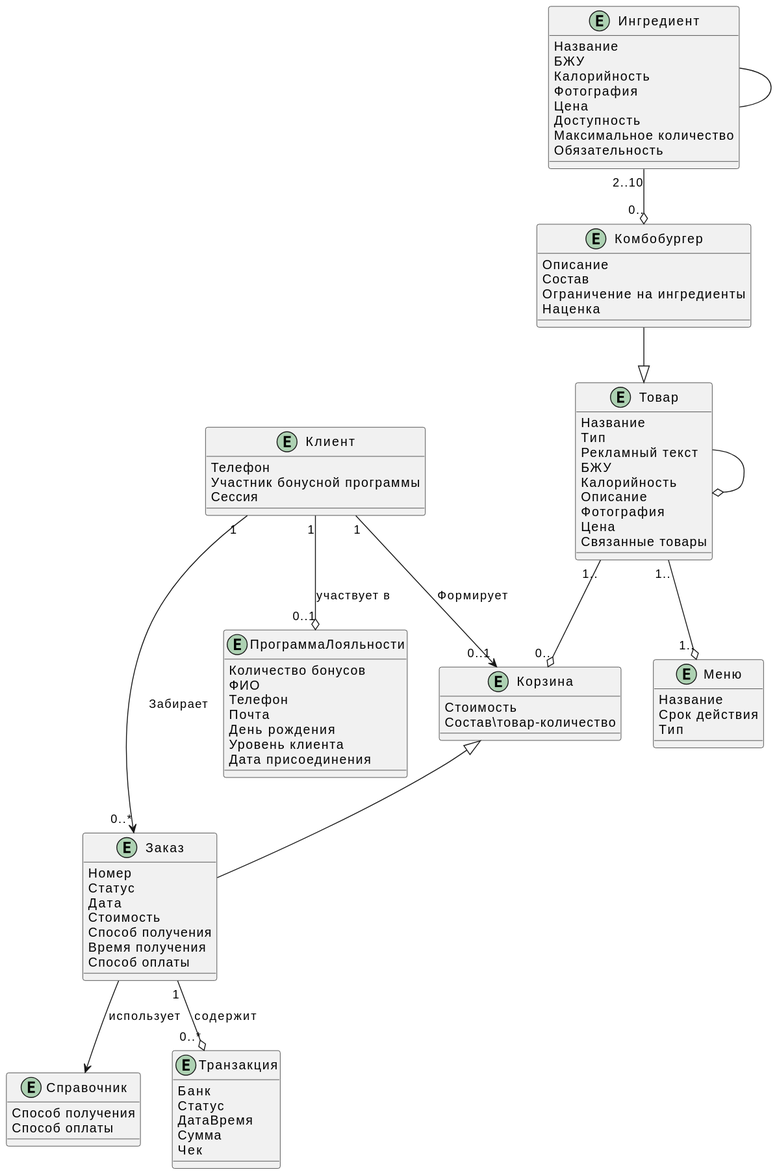
Above: docs/diagrams/out/er.svg in doriansweet/otus_project (PlantUML), before the change. Source of this version:
```plantuml
@startuml
Entity Клиент {
Телефон
Участник бонусной программы
Сессия
}

Entity ПрограммаЛояльности {
Количество бонусов
ФИО
Телефон
Почта
День рождения
Уровень клиента
Дата присоединения
}

Entity Меню {
Название
Срок действия
Тип
}

Entity Товар {
Название
Тип
Рекламный текст
БЖУ
Калорийность
Описание
Фотография
Цена
Связанные товары
}

Entity Ингредиент {
Название
БЖУ
Калорийность
Фотография
Цена
Доступность
Максимальное количество
Обязательность
}

Entity Комбобургер {
Описание
Состав
Ограничение на ингредиенты
Наценка
}

Entity Корзина {
Стоимость
Состав\товар-количество
}

Entity Заказ {
Номер
Статус
Дата
Стоимость
Способ получения
Время получения
Способ оплаты
}

Entity Справочник {
Способ получения
Способ оплаты
}

Entity Транзакция {
Банк
Статус
ДатаВремя
Сумма
Чек
}

Клиент "1" --> "0..1" Корзина: Формирует
Клиент "1" --> "0..*" Заказ: Забирает
Корзина ^-- Заказ
Товар "1.." --o "0.." Корзина
Комбобургер --^ Товар
Товар "1.."  --o "1.." Меню
Ингредиент "2..10"  --o "0.." Комбобургер
Ингредиент -- Ингредиент
Товар --o Товар
Заказ "1" --o "0..*" Транзакция : "содержит"
Заказ --> Справочник : "использует"
Клиент "1" --o "0..1" ПрограммаЛояльности : "участвует в"
@enduml
```
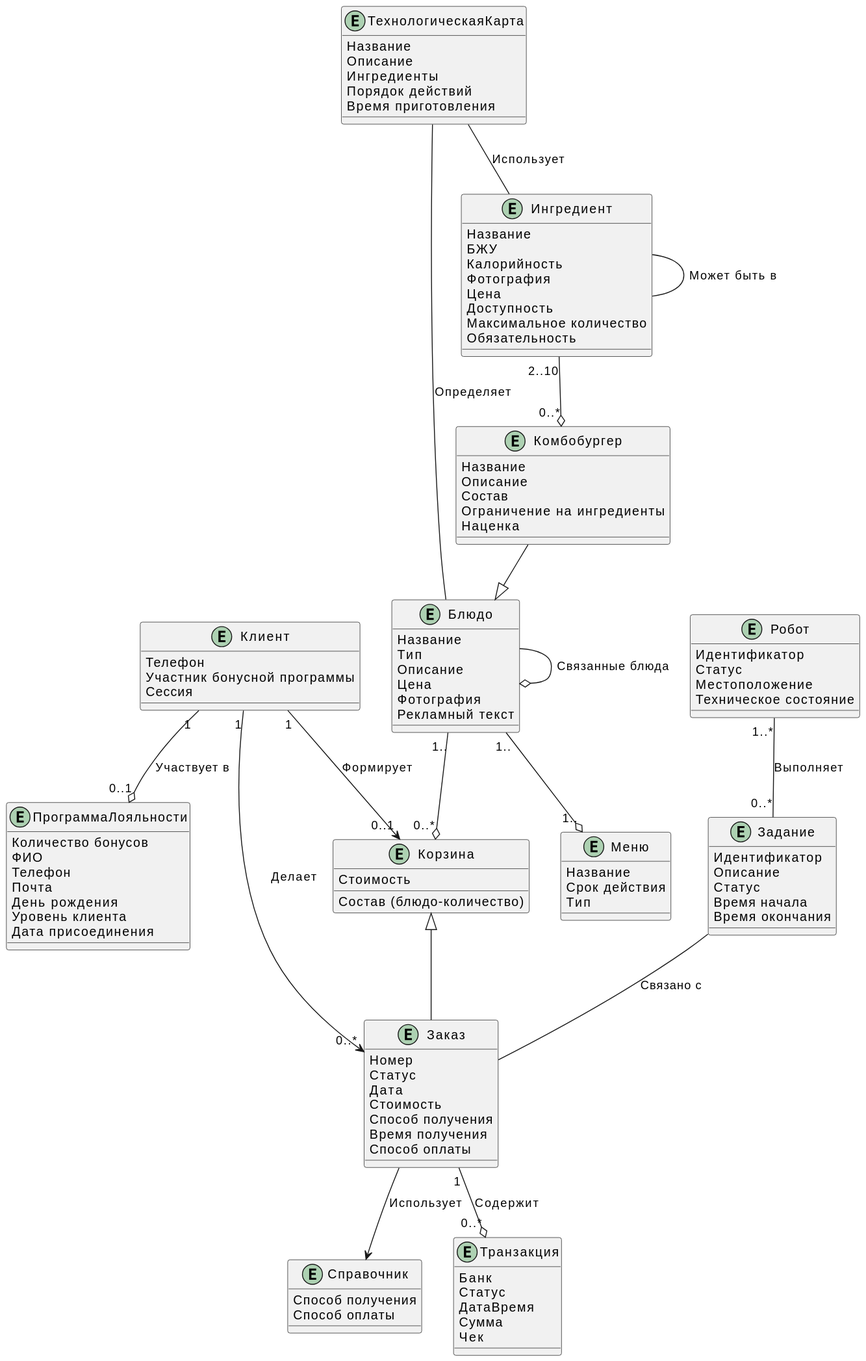
Later version of the same file.

Diff of the diagram source:
```diff
@@ -21,16 +21,13 @@
 Тип
 }
 
-Entity Товар {
+Entity Блюдо {
 Название
 Тип
+Описание
+Цена
+Фотография
 Рекламный текст
-БЖУ
-Калорийность
-Описание
-Фотография
-Цена
-Связанные товары
 }
 
 Entity Ингредиент {
@@ -45,6 +42,7 @@
 }
 
 Entity Комбобургер {
+Название
 Описание
 Состав
 Ограничение на ингредиенты
@@ -53,7 +51,7 @@
 
 Entity Корзина {
 Стоимость
-Состав\товар-количество
+Состав (блюдо-количество)
 }
 
 Entity Заказ {
@@ -79,16 +77,44 @@
 Чек
 }
 
+Entity Робот {
+Идентификатор
+Статус
+Местоположение
+Техническое состояние
+}
+
+Entity Задание {
+Идентификатор
+Описание
+Статус
+Время начала
+Время окончания
+}
+
+Entity ТехнологическаяКарта {
+Название
+Описание
+Ингредиенты
+Порядок действий
+Время приготовления
+}
+
 Клиент "1" --> "0..1" Корзина: Формирует
-Клиент "1" --> "0..*" Заказ: Забирает
+Клиент "1" --> "0..*" Заказ: Делает
 Корзина ^-- Заказ
-Товар "1.." --o "0.." Корзина
-Комбобургер --^ Товар
-Товар "1.."  --o "1.." Меню
-Ингредиент "2..10"  --o "0.." Комбобургер
-Ингредиент -- Ингредиент
-Товар --o Товар
-Заказ "1" --o "0..*" Транзакция : "содержит"
-Заказ --> Справочник : "использует"
-Клиент "1" --o "0..1" ПрограммаЛояльности : "участвует в"
+Блюдо "1.." --o "0..*" Корзина
+Комбобургер --^ Блюдо
+Блюдо "1.."  --o "1.." Меню
+Ингредиент "2..10"  --o "0..*" Комбобургер
+Ингредиент -- Ингредиент : Может быть в
+Блюдо --o Блюдо : Связанные блюда
+Заказ "1" --o "0..*" Транзакция : "Содержит"
+Заказ --> Справочник : "Использует"
+Клиент "1" --o "0..1" ПрограммаЛояльности : "Участвует в"
+
+Робот "1..*" -- "0..*" Задание : "Выполняет"
+Задание -- Заказ : "Связано с"
+ТехнологическаяКарта -- Блюдо : "Определяет"
+ТехнологическаяКарта -- Ингредиент : "Использует"
 @enduml
```
